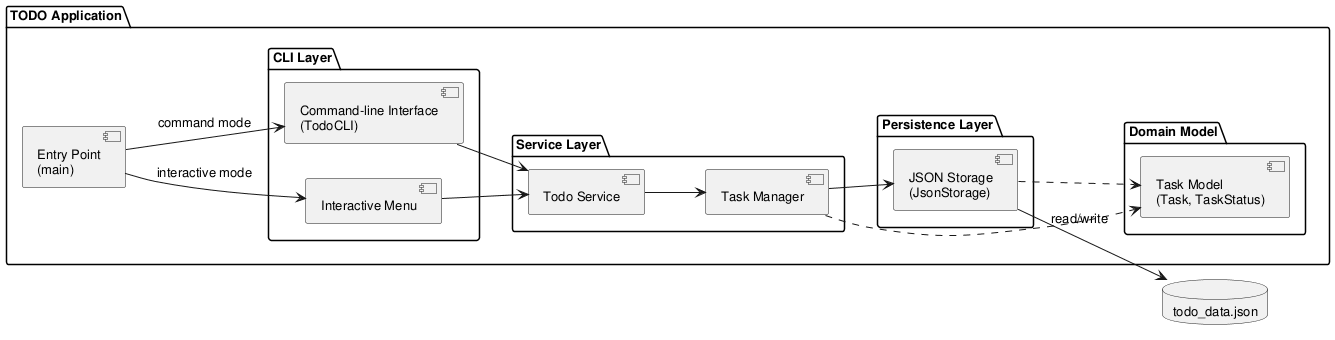
DanielRiha8906/Software_autoevolution_using_agents keeps this PlantUML diagram as experiments/pipeline/structured_text/TODO/artifacts/component_diagram.png. Above is the earlier version.
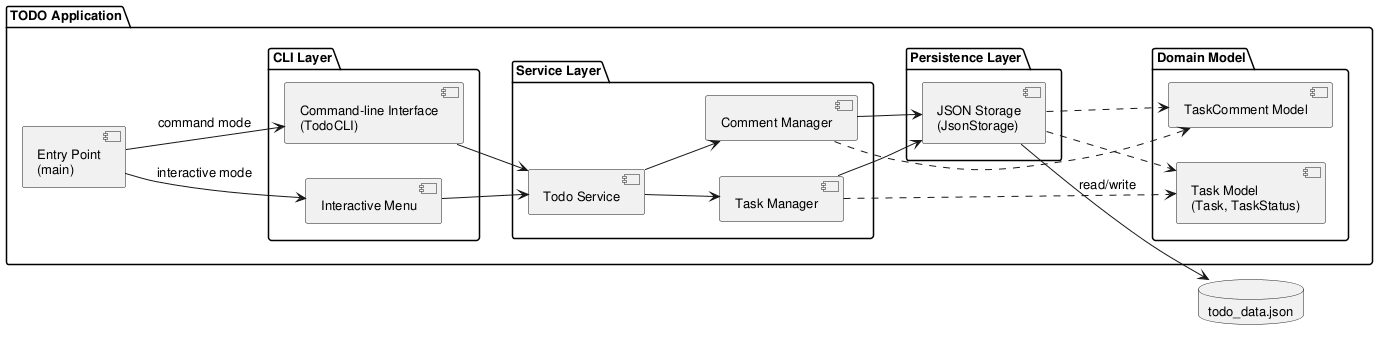
Above is the later version.

The edit, as a diff of the source:
```diff
@@ -17,10 +17,12 @@
     package "Service Layer" {
         component "Todo Service" as SVC
         component "Task Manager" as MGR
+        component "Comment Manager" as CMT
     }
 
     package "Domain Model" {
         component "Task Model\n(Task, TaskStatus)" as Model
+        component "TaskComment Model" as CMTModel
     }
 
     package "Persistence Layer" {
@@ -37,9 +39,13 @@
 CLI --> SVC
 
 SVC --> MGR
+SVC --> CMT
 MGR --> Storage
+CMT --> Storage
 MGR ..> Model
+CMT ..> CMTModel
 Storage ..> Model
+Storage ..> CMTModel
 
 Storage --> DB : read/write
 
```
